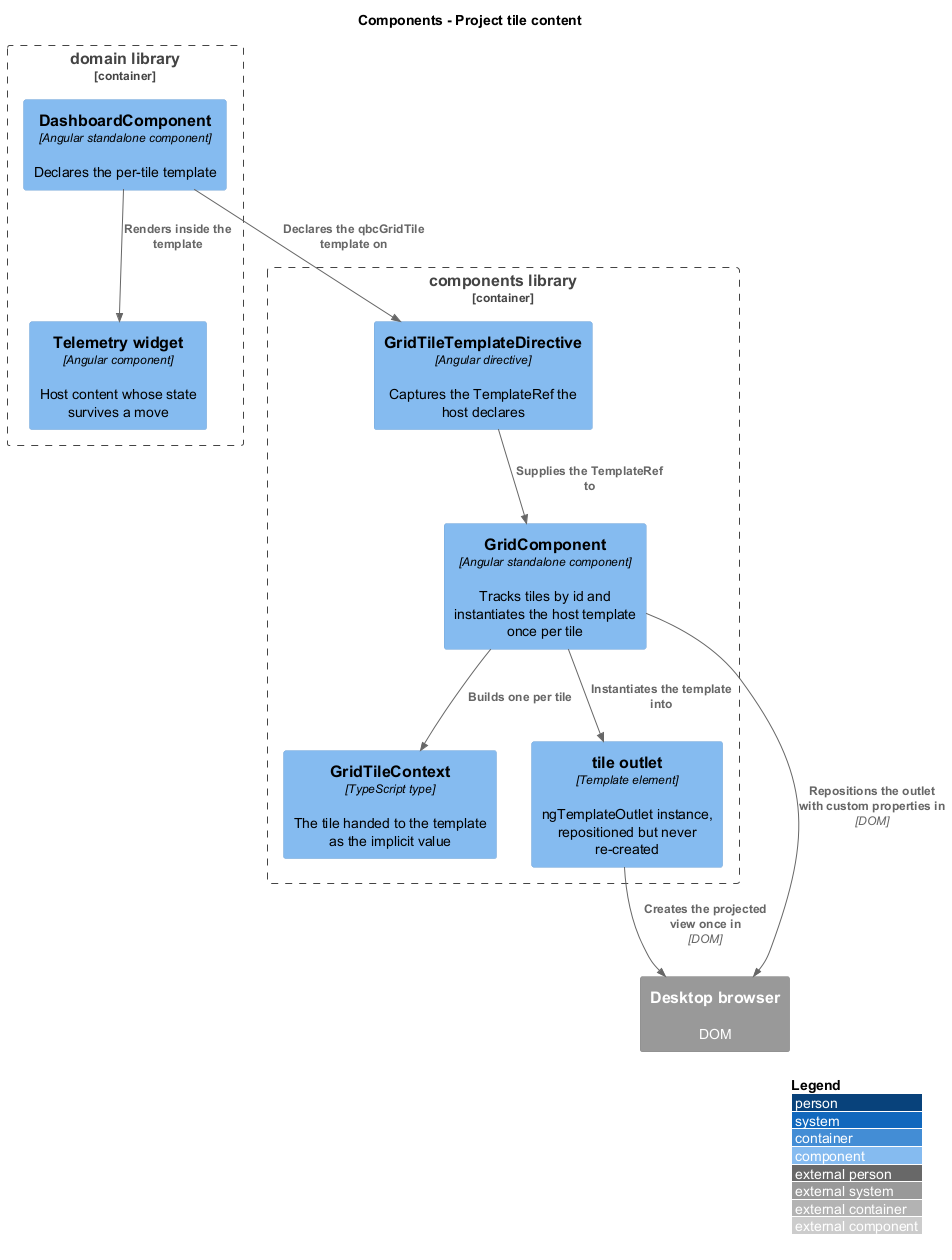
QuinntyneBrown/qbc-grid keeps this PlantUML diagram as docs/detailed-designs/library-delivery/project-tile-content/diagrams/c4-component.png. Above is the earlier version. The source it was exported from:
```plantuml
@startuml
!include <C4/C4_Component>
LAYOUT_WITH_LEGEND()
title Components - Project tile content

Container_Boundary(components, "components library") {
  Component(grid, "GridComponent", "Angular standalone component", "Tracks tiles by id and instantiates the host template once per tile")
  Component(tpl, "GridTileTemplateDirective", "Angular directive", "Captures the TemplateRef the host declares")
  Component(ctx, "GridTileContext", "TypeScript type", "The tile handed to the template as the implicit value")
  Component(outlet, "tile outlet", "Template element", "ngTemplateOutlet instance, repositioned but never re-created")
}

Container_Boundary(domainlib, "domain library") {
  Component(dash, "DashboardComponent", "Angular standalone component", "Declares the per-tile template")
  Component(widget, "Telemetry widget", "Angular component", "Host content whose state survives a move")
}

System_Ext(browser, "Desktop browser", "DOM")

Rel(dash, tpl, "Declares the qbcGridTile template on")
Rel(dash, widget, "Renders inside the template")
Rel(tpl, grid, "Supplies the TemplateRef to")
Rel(grid, ctx, "Builds one per tile")
Rel(grid, outlet, "Instantiates the template into")
Rel(outlet, browser, "Creates the projected view once in", "DOM")
Rel(grid, browser, "Repositions the outlet with custom properties in", "DOM")
@enduml
```
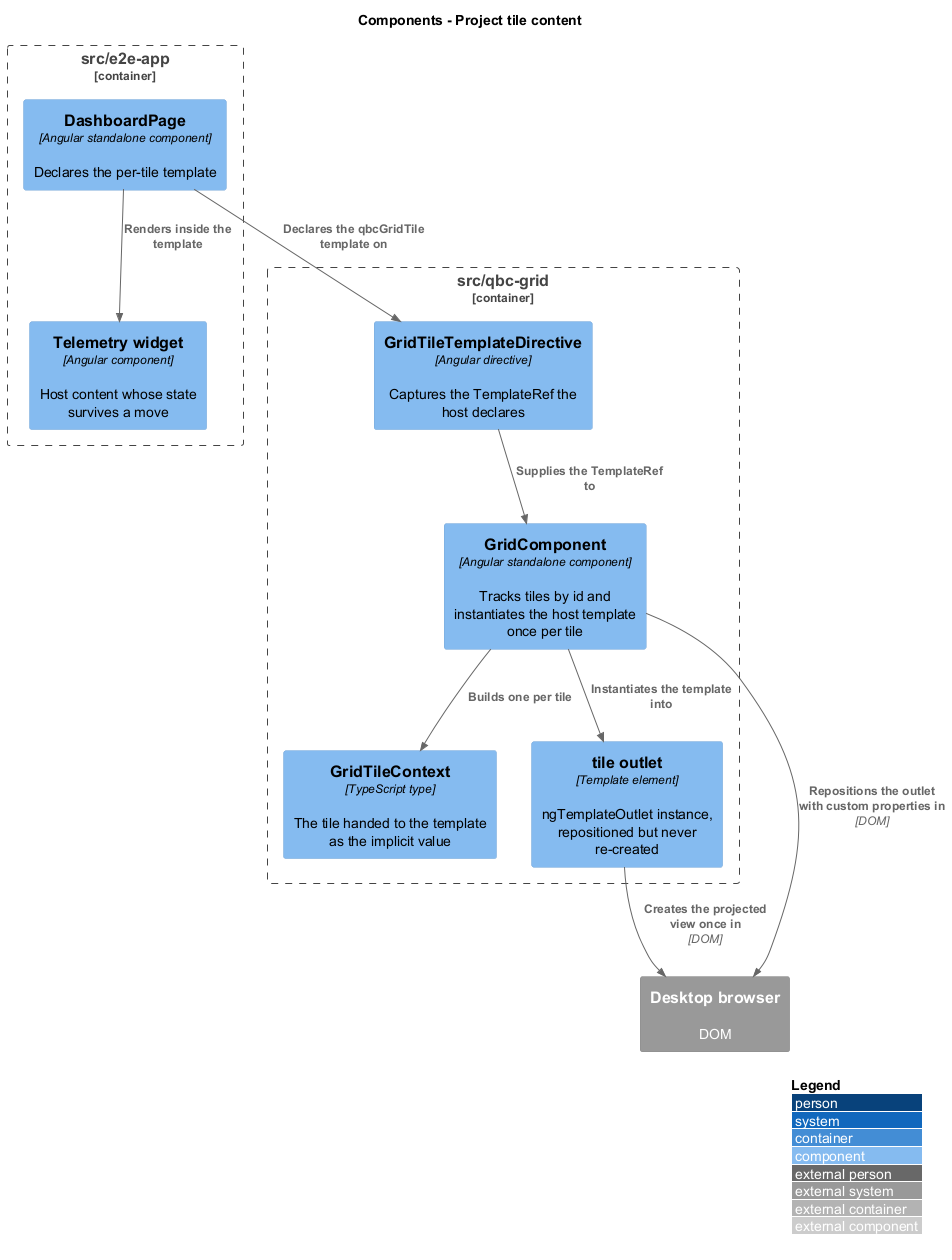
Later version of the same file.

Diff of the diagram source:
```diff
@@ -3,15 +3,15 @@
 LAYOUT_WITH_LEGEND()
 title Components - Project tile content
 
-Container_Boundary(components, "components library") {
+Container_Boundary(components, "src/qbc-grid") {
   Component(grid, "GridComponent", "Angular standalone component", "Tracks tiles by id and instantiates the host template once per tile")
   Component(tpl, "GridTileTemplateDirective", "Angular directive", "Captures the TemplateRef the host declares")
   Component(ctx, "GridTileContext", "TypeScript type", "The tile handed to the template as the implicit value")
   Component(outlet, "tile outlet", "Template element", "ngTemplateOutlet instance, repositioned but never re-created")
 }
 
-Container_Boundary(domainlib, "domain library") {
-  Component(dash, "DashboardComponent", "Angular standalone component", "Declares the per-tile template")
+Container_Boundary(applib, "src/e2e-app") {
+  Component(dash, "DashboardPage", "Angular standalone component", "Declares the per-tile template")
   Component(widget, "Telemetry widget", "Angular component", "Host content whose state survives a move")
 }
 
```
